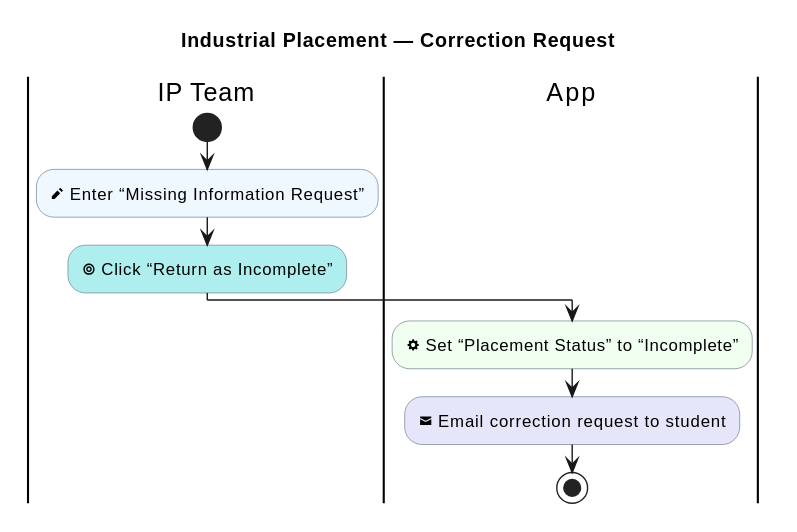
Before: industrial-placement-group-project/diagrams/industrial-placement/correction-request.svg, a diagram exported from PlantUML (sdflkjssl/sdflkjssl.github.io).
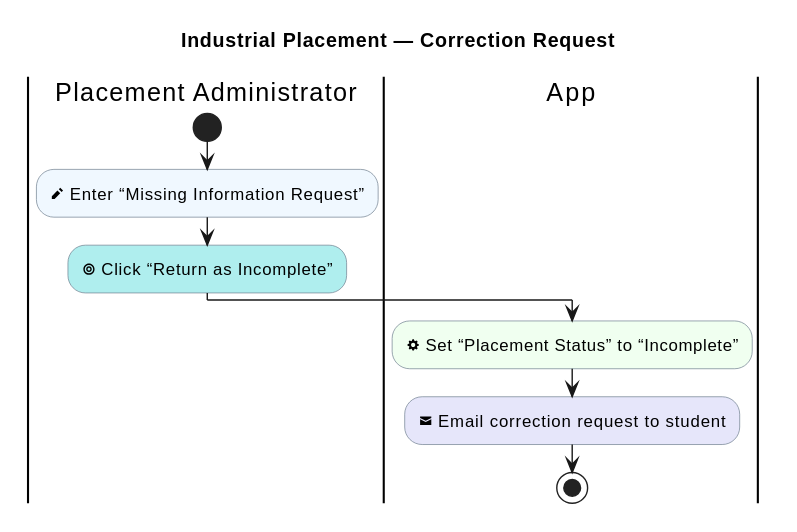
After the change.

Diff of the diagram source:
```diff
@@ -7,10 +7,10 @@
 skinparam activityDiamondBackgroundColor LemonChiffon
 skinparam activityDiamondBorderColor DarkGoldenRod
 
-|IP Team|
+|Placement Administrator|
 |App|
 
-|IP Team|
+|Placement Administrator|
 start
 :<&pencil> Enter “Missing Information Request”; <<#AliceBlue>>
 :<&target> Click “Return as Incomplete”; <<#PaleTurquoise>>
```
